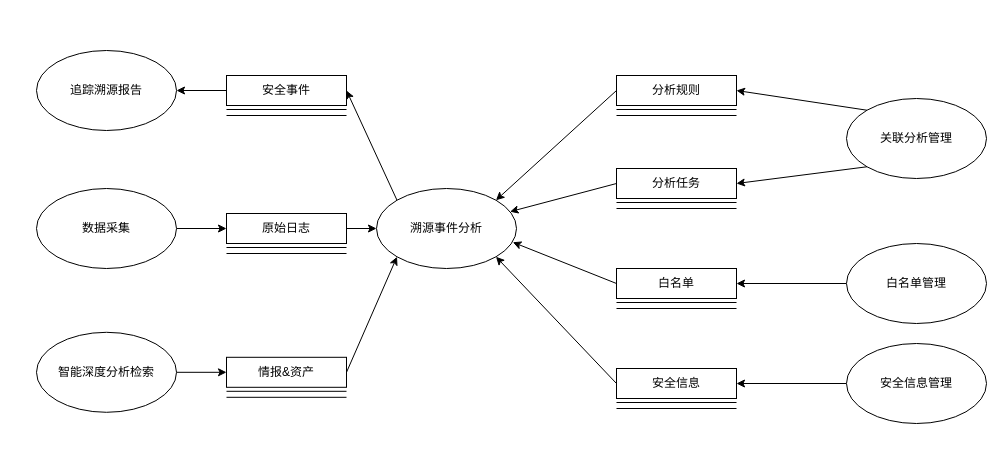
popvlovs/popvlovs-repository keeps this draw.io diagram as 溯源事件分析-数据流图.drawio. Above is the earlier version. Source tidied: cells renumbered, new cells numbered last; positions are measured from the earlier drawing's top-left corner, leaving out a move shared by most shapes. Both pictures are drawn from the tidied source at 100%, with x=0, y=0 at pixel (36, 50).
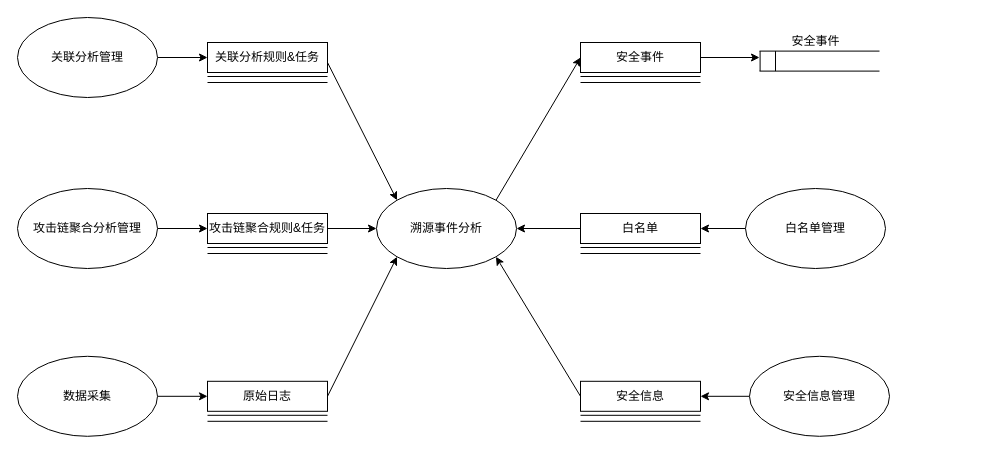
Above is the later version.

Commit message (it also covers changes not shown here):
Update 溯源事件分析-数据流图.drawio

Unchanged cells that the change refers to:
```xml
<mxCell id="4" value="溯源事件分析" style="ellipse;whiteSpace=wrap;html=1;" parent="1" vertex="1">
  <mxGeometry x="340" y="138" width="140" height="80" as="geometry" />
</mxCell>
```

Change to the diagram source:
```diff
@@
-    <mxCell id="2" style="rounded=0;jettySize=auto;html=1;exitX=0;exitY=0;exitDx=0;exitDy=0;entryX=1;entryY=0.5;entryDx=0;entryDy=0;" parent="1" edge="1" source="9" target="5">
+    <mxCell id="2" style="rounded=0;jettySize=auto;html=1;exitX=1;exitY=0.5;exitDx=0;exitDy=0;entryX=0;entryY=0.5;entryDx=0;entryDy=0;" parent="1" edge="1" source="9" target="5">
       <mxGeometry relative="1" as="geometry" />
     </mxCell>
-    <mxCell id="3" style="edgeStyle=none;rounded=0;jettySize=auto;html=1;exitX=0;exitY=0;exitDx=0;exitDy=0;entryX=1;entryY=0.5;entryDx=0;entryDy=0;" parent="1" edge="1" source="4" target="33">
+    <mxCell id="3" style="edgeStyle=none;rounded=0;jettySize=auto;html=1;exitX=1;exitY=0;exitDx=0;exitDy=0;entryX=0;entryY=0.5;entryDx=0;entryDy=0;" parent="1" edge="1" source="4" target="33">
       <mxGeometry relative="1" as="geometry" />
     </mxCell>
@@
-    <mxCell id="5" value="分析规则" style="rounded=0;whiteSpace=wrap;html=1;" parent="1" vertex="1">
-      <mxGeometry x="580" y="25" width="120" height="30" as="geometry" />
+    <mxCell id="5" value="关联分析规则&amp;amp;任务" style="rounded=0;whiteSpace=wrap;html=1;" parent="1" vertex="1">
+      <mxGeometry x="171" y="-8" width="120" height="30" as="geometry" />
     </mxCell>
     <mxCell id="6" style="endArrow=none;html=1;rounded=0;" parent="1" edge="1">
       <mxGeometry relative="1" as="geometry">
-        <mxPoint x="580" y="59" as="sourcePoint" />
-        <mxPoint x="700" y="59" as="targetPoint" />
+        <mxPoint x="171" y="26" as="sourcePoint" />
+        <mxPoint x="291" y="26" as="targetPoint" />
       </mxGeometry>
     </mxCell>
     <mxCell id="7" style="endArrow=none;html=1;rounded=0;" parent="1" edge="1">
       <mxGeometry relative="1" as="geometry">
-        <mxPoint x="580" y="65" as="sourcePoint" />
-        <mxPoint x="700" y="65" as="targetPoint" />
+        <mxPoint x="171" y="32" as="sourcePoint" />
+        <mxPoint x="291" y="32" as="targetPoint" />
       </mxGeometry>
     </mxCell>
@@
     <mxCell id="9" value="关联分析管理" style="ellipse;whiteSpace=wrap;html=1;" parent="1" vertex="1">
-      <mxGeometry x="810" y="48" width="140" height="80" as="geometry" />
+      <mxGeometry x="-19" y="-33" width="140" height="80" as="geometry" />
     </mxCell>
-    <mxCell id="10" style="rounded=0;jettySize=auto;html=1;entryX=1;entryY=0;entryDx=0;entryDy=0;exitX=0;exitY=0.5;exitDx=0;exitDy=0;" parent="1" edge="1" source="5" target="4">
+    <mxCell id="10" style="rounded=0;jettySize=auto;html=1;exitX=1;exitY=0.667;exitDx=0;exitDy=0;exitPerimeter=0;entryX=0;entryY=0;entryDx=0;entryDy=0;" parent="1" edge="1" source="5" target="4">
       <mxGeometry relative="1" as="geometry" />
     </mxCell>
-    <mxCell id="11" style="edgeStyle=none;rounded=0;jettySize=auto;html=1;exitX=0;exitY=0.5;exitDx=0;exitDy=0;" parent="1" edge="1" source="12" target="4">
+    <mxCell id="11" style="edgeStyle=none;rounded=0;jettySize=auto;html=1;exitX=1;exitY=0.5;exitDx=0;exitDy=0;entryX=0;entryY=0.5;entryDx=0;entryDy=0;" parent="1" edge="1" source="12" target="4">
       <mxGeometry relative="1" as="geometry" />
     </mxCell>
-    <mxCell id="12" value="分析任务" style="rounded=0;whiteSpace=wrap;html=1;" parent="1" vertex="1">
-      <mxGeometry x="580" y="118" width="120" height="30" as="geometry" />
+    <mxCell id="12" value="攻击链聚合规则&amp;amp;任务" style="rounded=0;whiteSpace=wrap;html=1;" parent="1" vertex="1">
+      <mxGeometry x="171" y="163" width="120" height="30" as="geometry" />
     </mxCell>
     <mxCell id="13" style="endArrow=none;html=1;rounded=0;" parent="1" edge="1">
       <mxGeometry relative="1" as="geometry">
-        <mxPoint x="580" y="152" as="sourcePoint" />
-        <mxPoint x="700" y="152" as="targetPoint" />
+        <mxPoint x="171" y="197" as="sourcePoint" />
+        <mxPoint x="291" y="197" as="targetPoint" />
       </mxGeometry>
     </mxCell>
     <mxCell id="14" style="endArrow=none;html=1;rounded=0;" parent="1" edge="1">
       <mxGeometry relative="1" as="geometry">
-        <mxPoint x="580" y="158" as="sourcePoint" />
-        <mxPoint x="700" y="158" as="targetPoint" />
+        <mxPoint x="171" y="203" as="sourcePoint" />
+        <mxPoint x="291" y="203" as="targetPoint" />
       </mxGeometry>
     </mxCell>
-    <mxCell id="15" style="edgeStyle=none;rounded=0;jettySize=auto;html=1;exitX=0;exitY=1;exitDx=0;exitDy=0;entryX=1;entryY=0.5;entryDx=0;entryDy=0;" parent="1" edge="1" source="9" target="12">
-      <mxGeometry relative="1" as="geometry" />
-    </mxCell>
-    <mxCell id="16" style="edgeStyle=none;rounded=0;jettySize=auto;html=1;exitX=0;exitY=0.5;exitDx=0;exitDy=0;entryX=0.974;entryY=0.672;entryDx=0;entryDy=0;entryPerimeter=0;" parent="1" edge="1" source="17" target="4">
+    <mxCell id="16" style="edgeStyle=none;rounded=0;jettySize=auto;html=1;exitX=0;exitY=0.5;exitDx=0;exitDy=0;" parent="1" edge="1" source="17" target="4">
       <mxGeometry relative="1" as="geometry" />
     </mxCell>
     <mxCell id="17" value="白名单" style="rounded=0;whiteSpace=wrap;html=1;" parent="1" vertex="1">
-      <mxGeometry x="580" y="218" width="120" height="30" as="geometry" />
+      <mxGeometry x="544" y="163" width="120" height="30" as="geometry" />
     </mxCell>
     <mxCell id="18" style="endArrow=none;html=1;rounded=0;" parent="1" edge="1">
       <mxGeometry relative="1" as="geometry">
-        <mxPoint x="580" y="252" as="sourcePoint" />
-        <mxPoint x="700" y="252" as="targetPoint" />
+        <mxPoint x="544" y="197" as="sourcePoint" />
+        <mxPoint x="664" y="197" as="targetPoint" />
       </mxGeometry>
     </mxCell>
     <mxCell id="19" style="endArrow=none;html=1;rounded=0;" parent="1" edge="1">
       <mxGeometry relative="1" as="geometry">
-        <mxPoint x="580" y="258" as="sourcePoint" />
-        <mxPoint x="700" y="258" as="targetPoint" />
+        <mxPoint x="544" y="203" as="sourcePoint" />
+        <mxPoint x="664" y="203" as="targetPoint" />
       </mxGeometry>
     </mxCell>
@@
     <mxCell id="21" value="安全信息" style="rounded=0;whiteSpace=wrap;html=1;" parent="1" vertex="1">
-      <mxGeometry x="580" y="318" width="120" height="30" as="geometry" />
+      <mxGeometry x="544" y="330.8" width="120" height="30" as="geometry" />
     </mxCell>
     <mxCell id="22" style="endArrow=none;html=1;rounded=0;" parent="1" edge="1">
       <mxGeometry relative="1" as="geometry">
-        <mxPoint x="580" y="352" as="sourcePoint" />
-        <mxPoint x="700" y="352" as="targetPoint" />
+        <mxPoint x="544" y="364.8" as="sourcePoint" />
+        <mxPoint x="664" y="364.8" as="targetPoint" />
       </mxGeometry>
     </mxCell>
     <mxCell id="23" style="endArrow=none;html=1;rounded=0;" parent="1" edge="1">
       <mxGeometry relative="1" as="geometry">
-        <mxPoint x="580" y="358" as="sourcePoint" />
-        <mxPoint x="700" y="358" as="targetPoint" />
+        <mxPoint x="544" y="370.8" as="sourcePoint" />
+        <mxPoint x="664" y="370.8" as="targetPoint" />
       </mxGeometry>
     </mxCell>
@@
     <mxCell id="26" value="数据采集" style="ellipse;whiteSpace=wrap;html=1;" parent="1" vertex="1">
-      <mxGeometry y="138" width="140" height="80" as="geometry" />
+      <mxGeometry x="-19" y="305.8" width="140" height="80" as="geometry" />
     </mxCell>
-    <mxCell id="27" style="edgeStyle=none;rounded=0;jettySize=auto;html=1;exitX=1;exitY=0.5;exitDx=0;exitDy=0;entryX=0;entryY=0.5;entryDx=0;entryDy=0;" parent="1" edge="1" source="28" target="4">
+    <mxCell id="27" style="edgeStyle=none;rounded=0;jettySize=auto;html=1;exitX=1;exitY=0.5;exitDx=0;exitDy=0;entryX=0;entryY=1;entryDx=0;entryDy=0;" parent="1" edge="1" source="28" target="4">
       <mxGeometry relative="1" as="geometry" />
     </mxCell>
     <mxCell id="28" value="原始日志" style="rounded=0;whiteSpace=wrap;html=1;" parent="1" vertex="1">
-      <mxGeometry x="190" y="163" width="120" height="30" as="geometry" />
+      <mxGeometry x="171" y="330.8" width="120" height="30" as="geometry" />
     </mxCell>
     <mxCell id="29" style="endArrow=none;html=1;rounded=0;" parent="1" edge="1">
       <mxGeometry relative="1" as="geometry">
-        <mxPoint x="190" y="197" as="sourcePoint" />
-        <mxPoint x="310" y="197" as="targetPoint" />
+        <mxPoint x="171" y="364.8" as="sourcePoint" />
+        <mxPoint x="291" y="364.8" as="targetPoint" />
       </mxGeometry>
     </mxCell>
     <mxCell id="30" style="endArrow=none;html=1;rounded=0;" parent="1" edge="1">
       <mxGeometry relative="1" as="geometry">
-        <mxPoint x="190" y="203" as="sourcePoint" />
-        <mxPoint x="310" y="203" as="targetPoint" />
+        <mxPoint x="171" y="370.8" as="sourcePoint" />
+        <mxPoint x="291" y="370.8" as="targetPoint" />
       </mxGeometry>
     </mxCell>
-    <mxCell id="31" value="追踪溯源报告" style="ellipse;whiteSpace=wrap;html=1;" parent="1" vertex="1">
-      <mxGeometry width="140" height="80" as="geometry" />
-    </mxCell>
-    <mxCell id="32" style="edgeStyle=none;rounded=0;jettySize=auto;html=1;exitX=0;exitY=0.5;exitDx=0;exitDy=0;entryX=1;entryY=0.5;entryDx=0;entryDy=0;" parent="1" edge="1" source="33" target="31">
-      <mxGeometry relative="1" as="geometry" />
-    </mxCell>
+    <mxCell id="44" style="edgeStyle=none;rounded=0;jettySize=auto;html=1;exitX=1;exitY=0.5;exitDx=0;exitDy=0;" parent="1" edge="1" source="33">
+      <mxGeometry relative="1" as="geometry">
+        <mxPoint x="723" y="7" as="targetPoint" />
+      </mxGeometry>
+    </mxCell>
     <mxCell id="33" value="安全事件" style="rounded=0;whiteSpace=wrap;html=1;" parent="1" vertex="1">
-      <mxGeometry x="190" y="25" width="120" height="30" as="geometry" />
+      <mxGeometry x="544" y="-8" width="120" height="30" as="geometry" />
     </mxCell>
     <mxCell id="34" style="endArrow=none;html=1;rounded=0;" parent="1" edge="1">
       <mxGeometry relative="1" as="geometry">
-        <mxPoint x="190" y="59" as="sourcePoint" />
-        <mxPoint x="310" y="59" as="targetPoint" />
+        <mxPoint x="544" y="26" as="sourcePoint" />
+        <mxPoint x="664" y="26" as="targetPoint" />
       </mxGeometry>
     </mxCell>
     <mxCell id="35" style="endArrow=none;html=1;rounded=0;" parent="1" edge="1">
       <mxGeometry relative="1" as="geometry">
-        <mxPoint x="190" y="65" as="sourcePoint" />
-        <mxPoint x="310" y="65" as="targetPoint" />
+        <mxPoint x="544" y="32" as="sourcePoint" />
+        <mxPoint x="664" y="32" as="targetPoint" />
       </mxGeometry>
     </mxCell>
     <mxCell id="36" value="白名单管理" style="ellipse;whiteSpace=wrap;html=1;" parent="1" vertex="1">
-      <mxGeometry x="810" y="193" width="140" height="80" as="geometry" />
+      <mxGeometry x="709" y="138" width="140" height="80" as="geometry" />
     </mxCell>
     <mxCell id="37" value="安全信息管理" style="ellipse;whiteSpace=wrap;html=1;" parent="1" vertex="1">
-      <mxGeometry x="810" y="293" width="140" height="80" as="geometry" />
+      <mxGeometry x="713" y="305.8" width="140" height="80" as="geometry" />
     </mxCell>
-    <mxCell id="38" style="edgeStyle=none;rounded=0;jettySize=auto;html=1;exitX=1;exitY=0.5;exitDx=0;exitDy=0;entryX=0;entryY=0.5;entryDx=0;entryDy=0;" parent="1" edge="1" source="39" target="41">
-      <mxGeometry relative="1" as="geometry" />
-    </mxCell>
-    <mxCell id="39" value="智能深度分析检索" style="ellipse;whiteSpace=wrap;html=1;" parent="1" vertex="1">
-      <mxGeometry y="281.8" width="140" height="80" as="geometry" />
-    </mxCell>
-    <mxCell id="40" style="edgeStyle=none;rounded=0;jettySize=auto;html=1;exitX=1;exitY=0.5;exitDx=0;exitDy=0;entryX=0;entryY=1;entryDx=0;entryDy=0;" parent="1" edge="1" source="41" target="4">
-      <mxGeometry relative="1" as="geometry" />
-    </mxCell>
-    <mxCell id="41" value="情报&amp;amp;资产" style="rounded=0;whiteSpace=wrap;html=1;" parent="1" vertex="1">
-      <mxGeometry x="190" y="306.8" width="120" height="30" as="geometry" />
-    </mxCell>
-    <mxCell id="42" style="endArrow=none;html=1;rounded=0;" parent="1" edge="1">
-      <mxGeometry relative="1" as="geometry">
-        <mxPoint x="190" y="340.8" as="sourcePoint" />
-        <mxPoint x="310" y="340.8" as="targetPoint" />
-      </mxGeometry>
-    </mxCell>
-    <mxCell id="43" style="endArrow=none;html=1;rounded=0;" parent="1" edge="1">
-      <mxGeometry relative="1" as="geometry">
-        <mxPoint x="190" y="346.8" as="sourcePoint" />
-        <mxPoint x="310" y="346.8" as="targetPoint" />
-      </mxGeometry>
-    </mxCell>
+    <mxCell id="45" style="edgeStyle=none;rounded=0;jettySize=auto;html=1;exitX=1;exitY=0.5;exitDx=0;exitDy=0;entryX=0;entryY=0.5;entryDx=0;entryDy=0;" parent="1" edge="1" source="46" target="12">
+      <mxGeometry relative="1" as="geometry" />
+    </mxCell>
+    <mxCell id="46" value="攻击链聚合分析管理" style="ellipse;whiteSpace=wrap;html=1;" parent="1" vertex="1">
+      <mxGeometry x="-19" y="138" width="140" height="80" as="geometry" />
+    </mxCell>
+    <mxCell id="47" value="安全事件" style="text;html=1;align=center;verticalAlign=middle;strokeColor=none;fillColor=none;" parent="1" vertex="1">
+      <mxGeometry x="749" y="-19.4" width="60" height="20" as="geometry" />
+    </mxCell>
+    <mxCell id="48" style="group;" parent="1" vertex="1">
+      <mxGeometry x="723" y="0.6" width="120" height="20" as="geometry" />
+    </mxCell>
+    <mxCell id="49" style="endArrow=none;html=1;rounded=0;" parent="48" edge="1">
+      <mxGeometry relative="1" as="geometry">
+        <mxPoint x="0.6" y="20" as="sourcePoint" />
+        <mxPoint x="0.6" as="targetPoint" />
+      </mxGeometry>
+    </mxCell>
+    <mxCell id="50" style="endArrow=none;html=1;rounded=0;" parent="48" edge="1">
+      <mxGeometry relative="1" as="geometry">
+        <mxPoint x="120" y="20" as="sourcePoint" />
+        <mxPoint y="20" as="targetPoint" />
+      </mxGeometry>
+    </mxCell>
+    <mxCell id="51" style="endArrow=none;html=1;rounded=0;" parent="48" edge="1">
+      <mxGeometry relative="1" as="geometry">
+        <mxPoint x="120" as="sourcePoint" />
+        <mxPoint as="targetPoint" />
+      </mxGeometry>
+    </mxCell>
+    <mxCell id="52" style="endArrow=none;html=1;rounded=0;" parent="48" edge="1">
+      <mxGeometry relative="1" as="geometry">
+        <mxPoint x="16" y="20" as="sourcePoint" />
+        <mxPoint x="16" as="targetPoint" />
+      </mxGeometry>
+    </mxCell>
```
